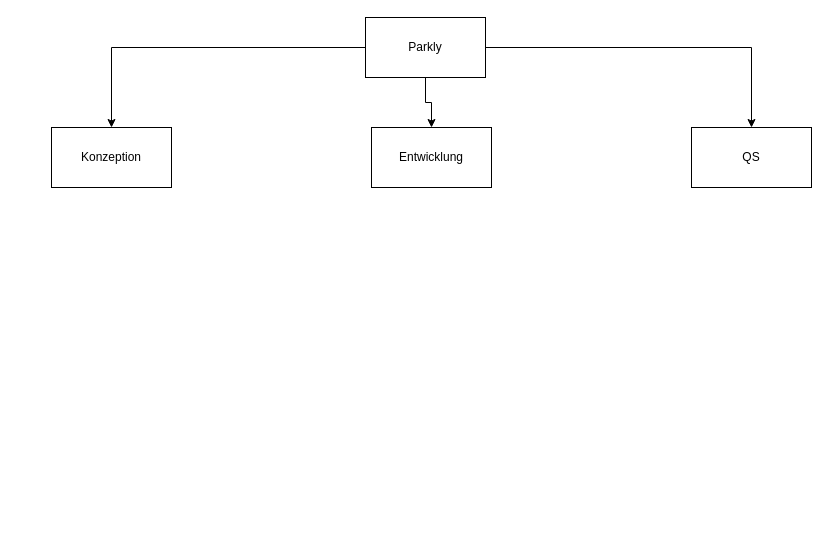
Above: Unbenanntes Diagramm.drawio in TmNiklas/TmNiklas (draw.io), before the change. Source tidied: cells renumbered, new cells numbered last; positions are measured from the earlier drawing's top-left corner, leaving out a move shared by most shapes. Both pictures are drawn from the tidied source at 100%, with x=0, y=0 at pixel (51, 17).
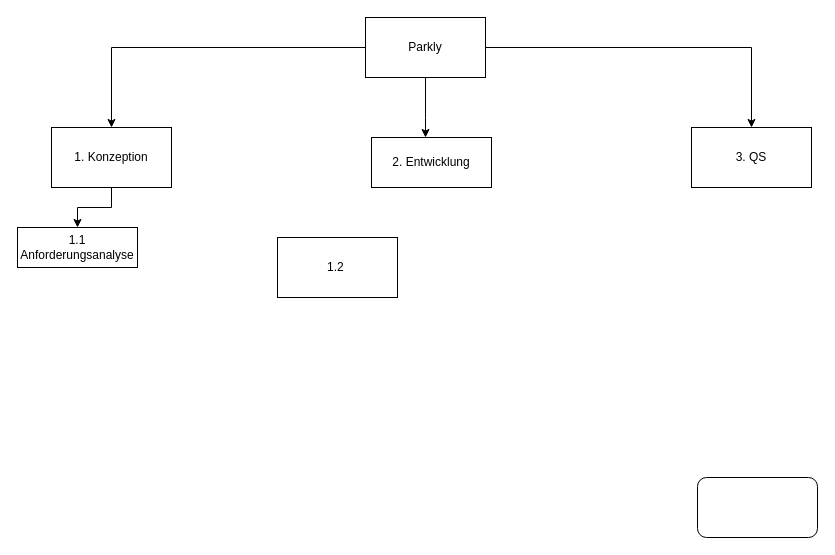
Above is the later version.

What changed in the source:
```diff
@@
 <mxGraphModel>
   <root>
     <mxCell id="0" />
     <mxCell id="1" parent="0" />
     <mxCell id="2" style="edgeStyle=orthogonalEdgeStyle;rounded=0;jettySize=auto;html=1;entryX=0.5;entryY=0;entryDx=0;entryDy=0;" parent="1" edge="1" source="5" target="6">
       <mxGeometry relative="1" as="geometry" />
     </mxCell>
     <mxCell id="3" style="edgeStyle=orthogonalEdgeStyle;rounded=0;jettySize=auto;html=1;" parent="1" edge="1" source="5" target="7">
       <mxGeometry relative="1" as="geometry">
         <Array as="points">
-          <mxPoint x="374" y="85" />
-          <mxPoint x="380" y="85" />
+          <mxPoint x="374" y="100" />
+          <mxPoint x="374" y="100" />
         </Array>
       </mxGeometry>
     </mxCell>
     <mxCell id="4" style="edgeStyle=orthogonalEdgeStyle;rounded=0;jettySize=auto;html=1;entryX=0.5;entryY=0;entryDx=0;entryDy=0;" parent="1" edge="1" source="5" target="8">
       <mxGeometry relative="1" as="geometry" />
     </mxCell>
     <mxCell id="5" value="Parkly" style="rounded=0;whiteSpace=wrap;html=1;" parent="1" vertex="1">
       <mxGeometry x="314" width="120" height="60" as="geometry" />
     </mxCell>
+    <mxCell id="9" style="edgeStyle=orthogonalEdgeStyle;rounded=0;jettySize=auto;html=1;" parent="1" edge="1" source="6" target="10">
+      <mxGeometry relative="1" as="geometry" />
+    </mxCell>
-    <mxCell id="6" value="Konzeption" style="rounded=0;whiteSpace=wrap;html=1;" parent="1" vertex="1">
+    <mxCell id="6" value="1. Konzeption" style="rounded=0;whiteSpace=wrap;html=1;" parent="1" vertex="1">
       <mxGeometry y="110" width="120" height="60" as="geometry" />
     </mxCell>
-    <mxCell id="7" value="Entwicklung" style="rounded=0;whiteSpace=wrap;html=1;" parent="1" vertex="1">
-      <mxGeometry x="320" y="110" width="120" height="60" as="geometry" />
+    <mxCell id="7" value="2. Entwicklung" style="rounded=0;whiteSpace=wrap;html=1;" parent="1" vertex="1">
+      <mxGeometry x="320" y="120" width="120" height="50" as="geometry" />
     </mxCell>
-    <mxCell id="8" value="QS" style="rounded=0;whiteSpace=wrap;html=1;" parent="1" vertex="1">
+    <mxCell id="8" value="3. QS" style="rounded=0;whiteSpace=wrap;html=1;" parent="1" vertex="1">
       <mxGeometry x="640" y="110" width="120" height="60" as="geometry" />
     </mxCell>
+    <mxCell id="10" value="1.1 Anforderungsanalyse" style="rounded=0;whiteSpace=wrap;html=1;" parent="1" vertex="1">
+      <mxGeometry x="-34" y="210" width="120" height="40" as="geometry" />
+    </mxCell>
+    <mxCell id="11" value="1.2&amp;nbsp;" style="rounded=0;whiteSpace=wrap;html=1;" parent="1" vertex="1">
+      <mxGeometry x="226" y="220" width="120" height="60" as="geometry" />
+    </mxCell>
+    <mxCell id="12" style="rounded=1;whiteSpace=wrap;html=1;" parent="1" vertex="1">
+      <mxGeometry x="646" y="460" width="120" height="60" as="geometry" />
+    </mxCell>
   </root>
 </mxGraphModel>
```
